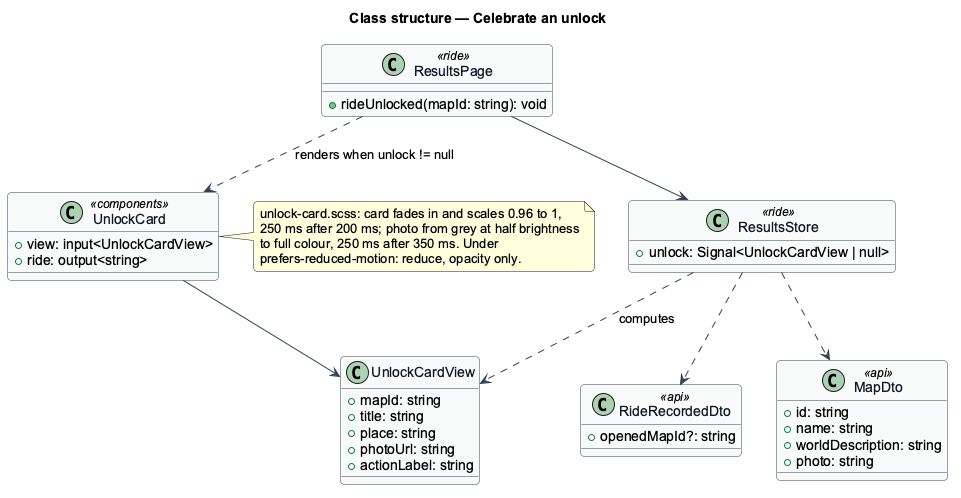
Above: docs/detailed-designs/results/celebrate-an-unlock/diagrams/class-structure.png in QuinntyneBrown/ride-one (PlantUML), before the change.
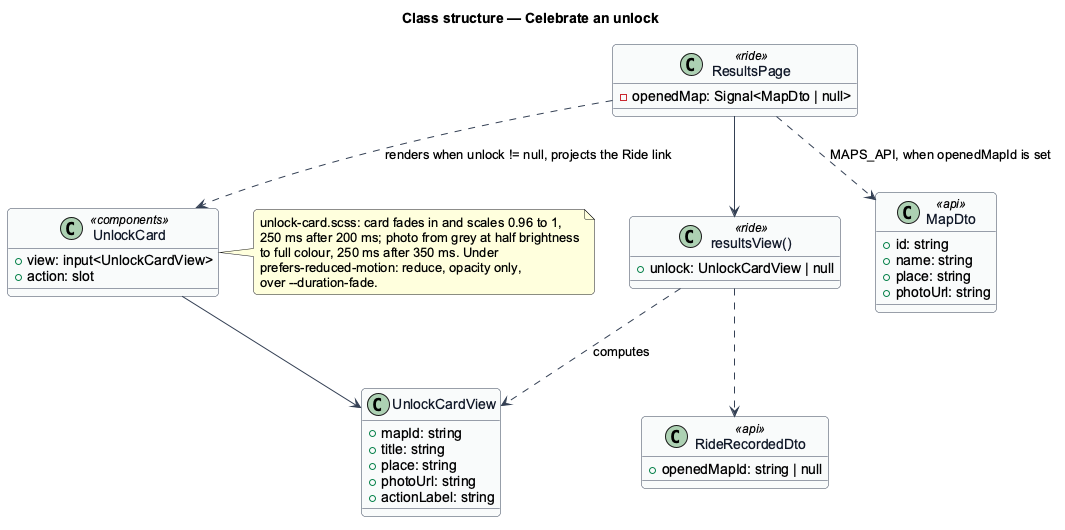
Later version of the same file.

Commit message:
Bring the unlock card's design in line with Results as built

What changed in the source:
```diff
@@ -19,33 +19,34 @@
 }
 class UnlockCard <<components>> {
   +view: input<UnlockCardView>
-  +ride: output<string>
+  +action: slot
 }
-class ResultsStore <<ride>> {
-  +unlock: Signal<UnlockCardView | null>
+class "resultsView()" as ResultsViewFn <<ride>> {
+  +unlock: UnlockCardView | null
 }
 class ResultsPage <<ride>> {
-  +rideUnlocked(mapId: string): void
+  -openedMap: Signal<MapDto | null>
 }
 class RideRecordedDto <<api>> {
-  +openedMapId?: string
+  +openedMapId: string | null
 }
 class MapDto <<api>> {
   +id: string
   +name: string
-  +worldDescription: string
-  +photo: string
+  +place: string
+  +photoUrl: string
 }
-ResultsPage --> ResultsStore
-ResultsPage ..> UnlockCard : renders when unlock != null
-ResultsStore ..> RideRecordedDto
-ResultsStore ..> MapDto
-ResultsStore ..> UnlockCardView : computes
+ResultsPage --> ResultsViewFn
+ResultsPage ..> UnlockCard : renders when unlock != null, projects the Ride link
+ResultsPage ..> MapDto : MAPS_API, when openedMapId is set
+ResultsViewFn ..> RideRecordedDto
+ResultsViewFn ..> UnlockCardView : computes
 UnlockCard --> UnlockCardView
 note right of UnlockCard
 unlock-card.scss: card fades in and scales 0.96 to 1,
 250 ms after 200 ms; photo from grey at half brightness
 to full colour, 250 ms after 350 ms. Under
-prefers-reduced-motion: reduce, opacity only.
+prefers-reduced-motion: reduce, opacity only,
+over --duration-fade.
 end note
 @enduml
```
